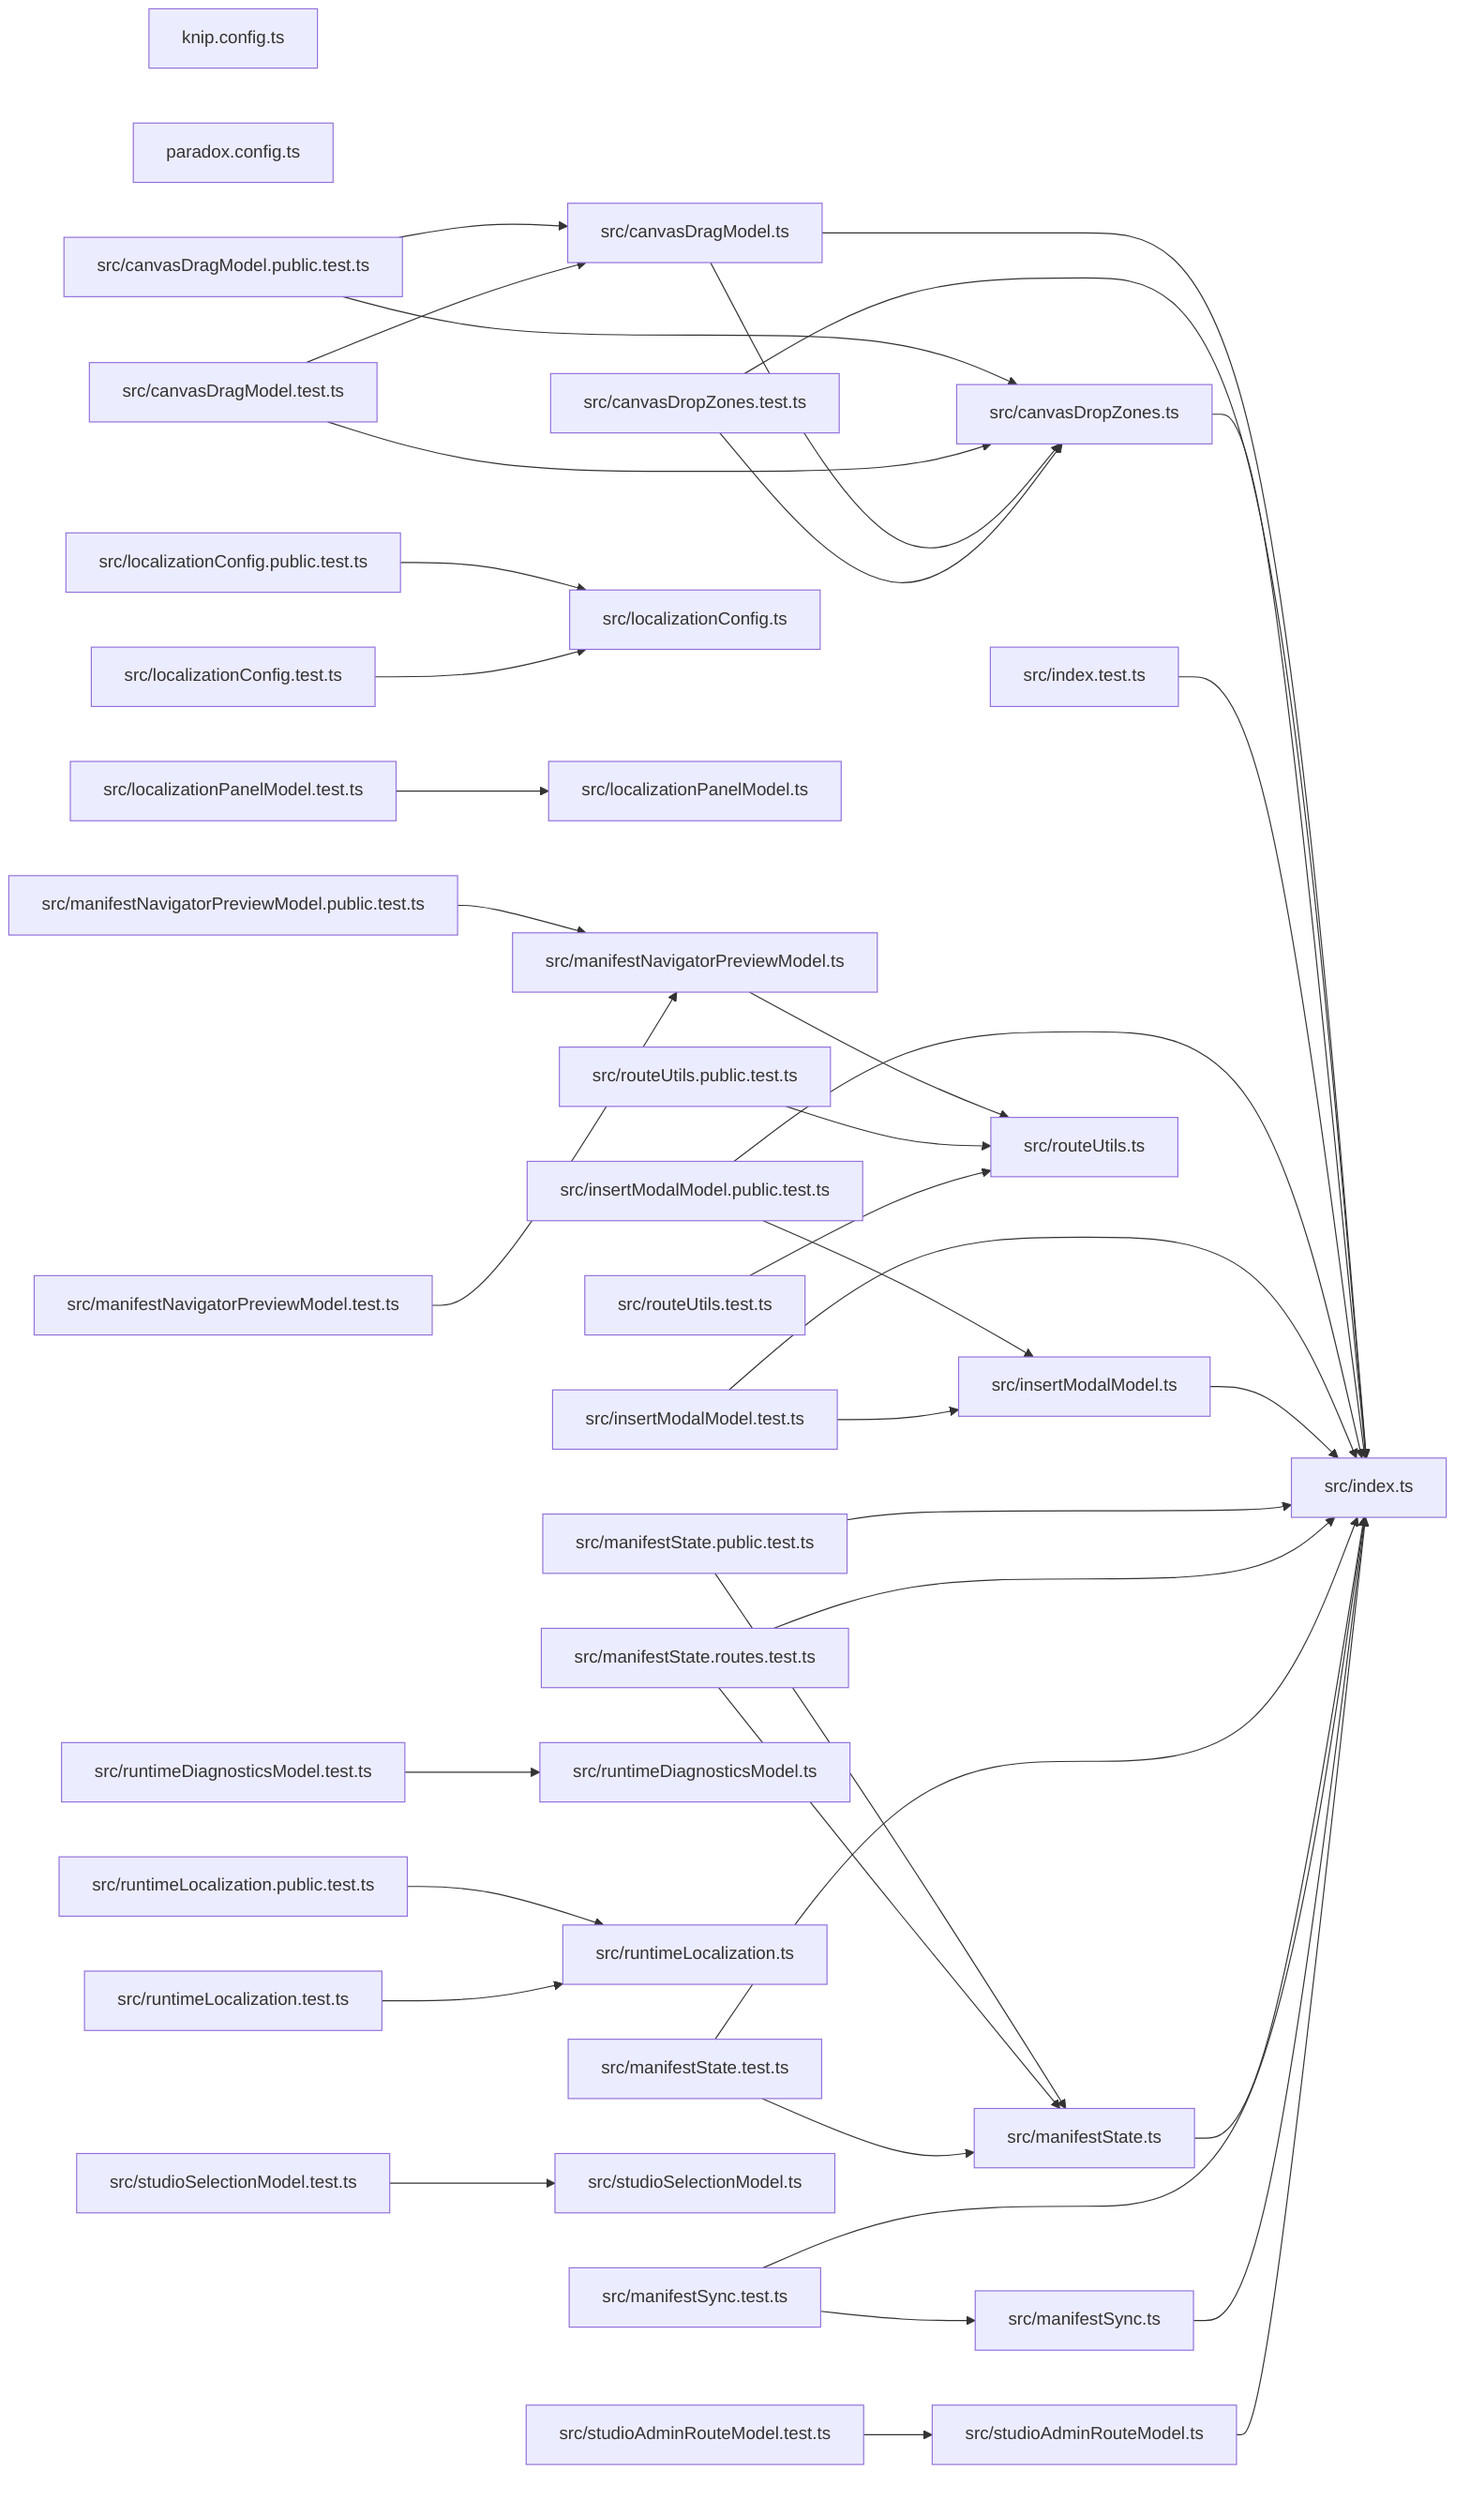
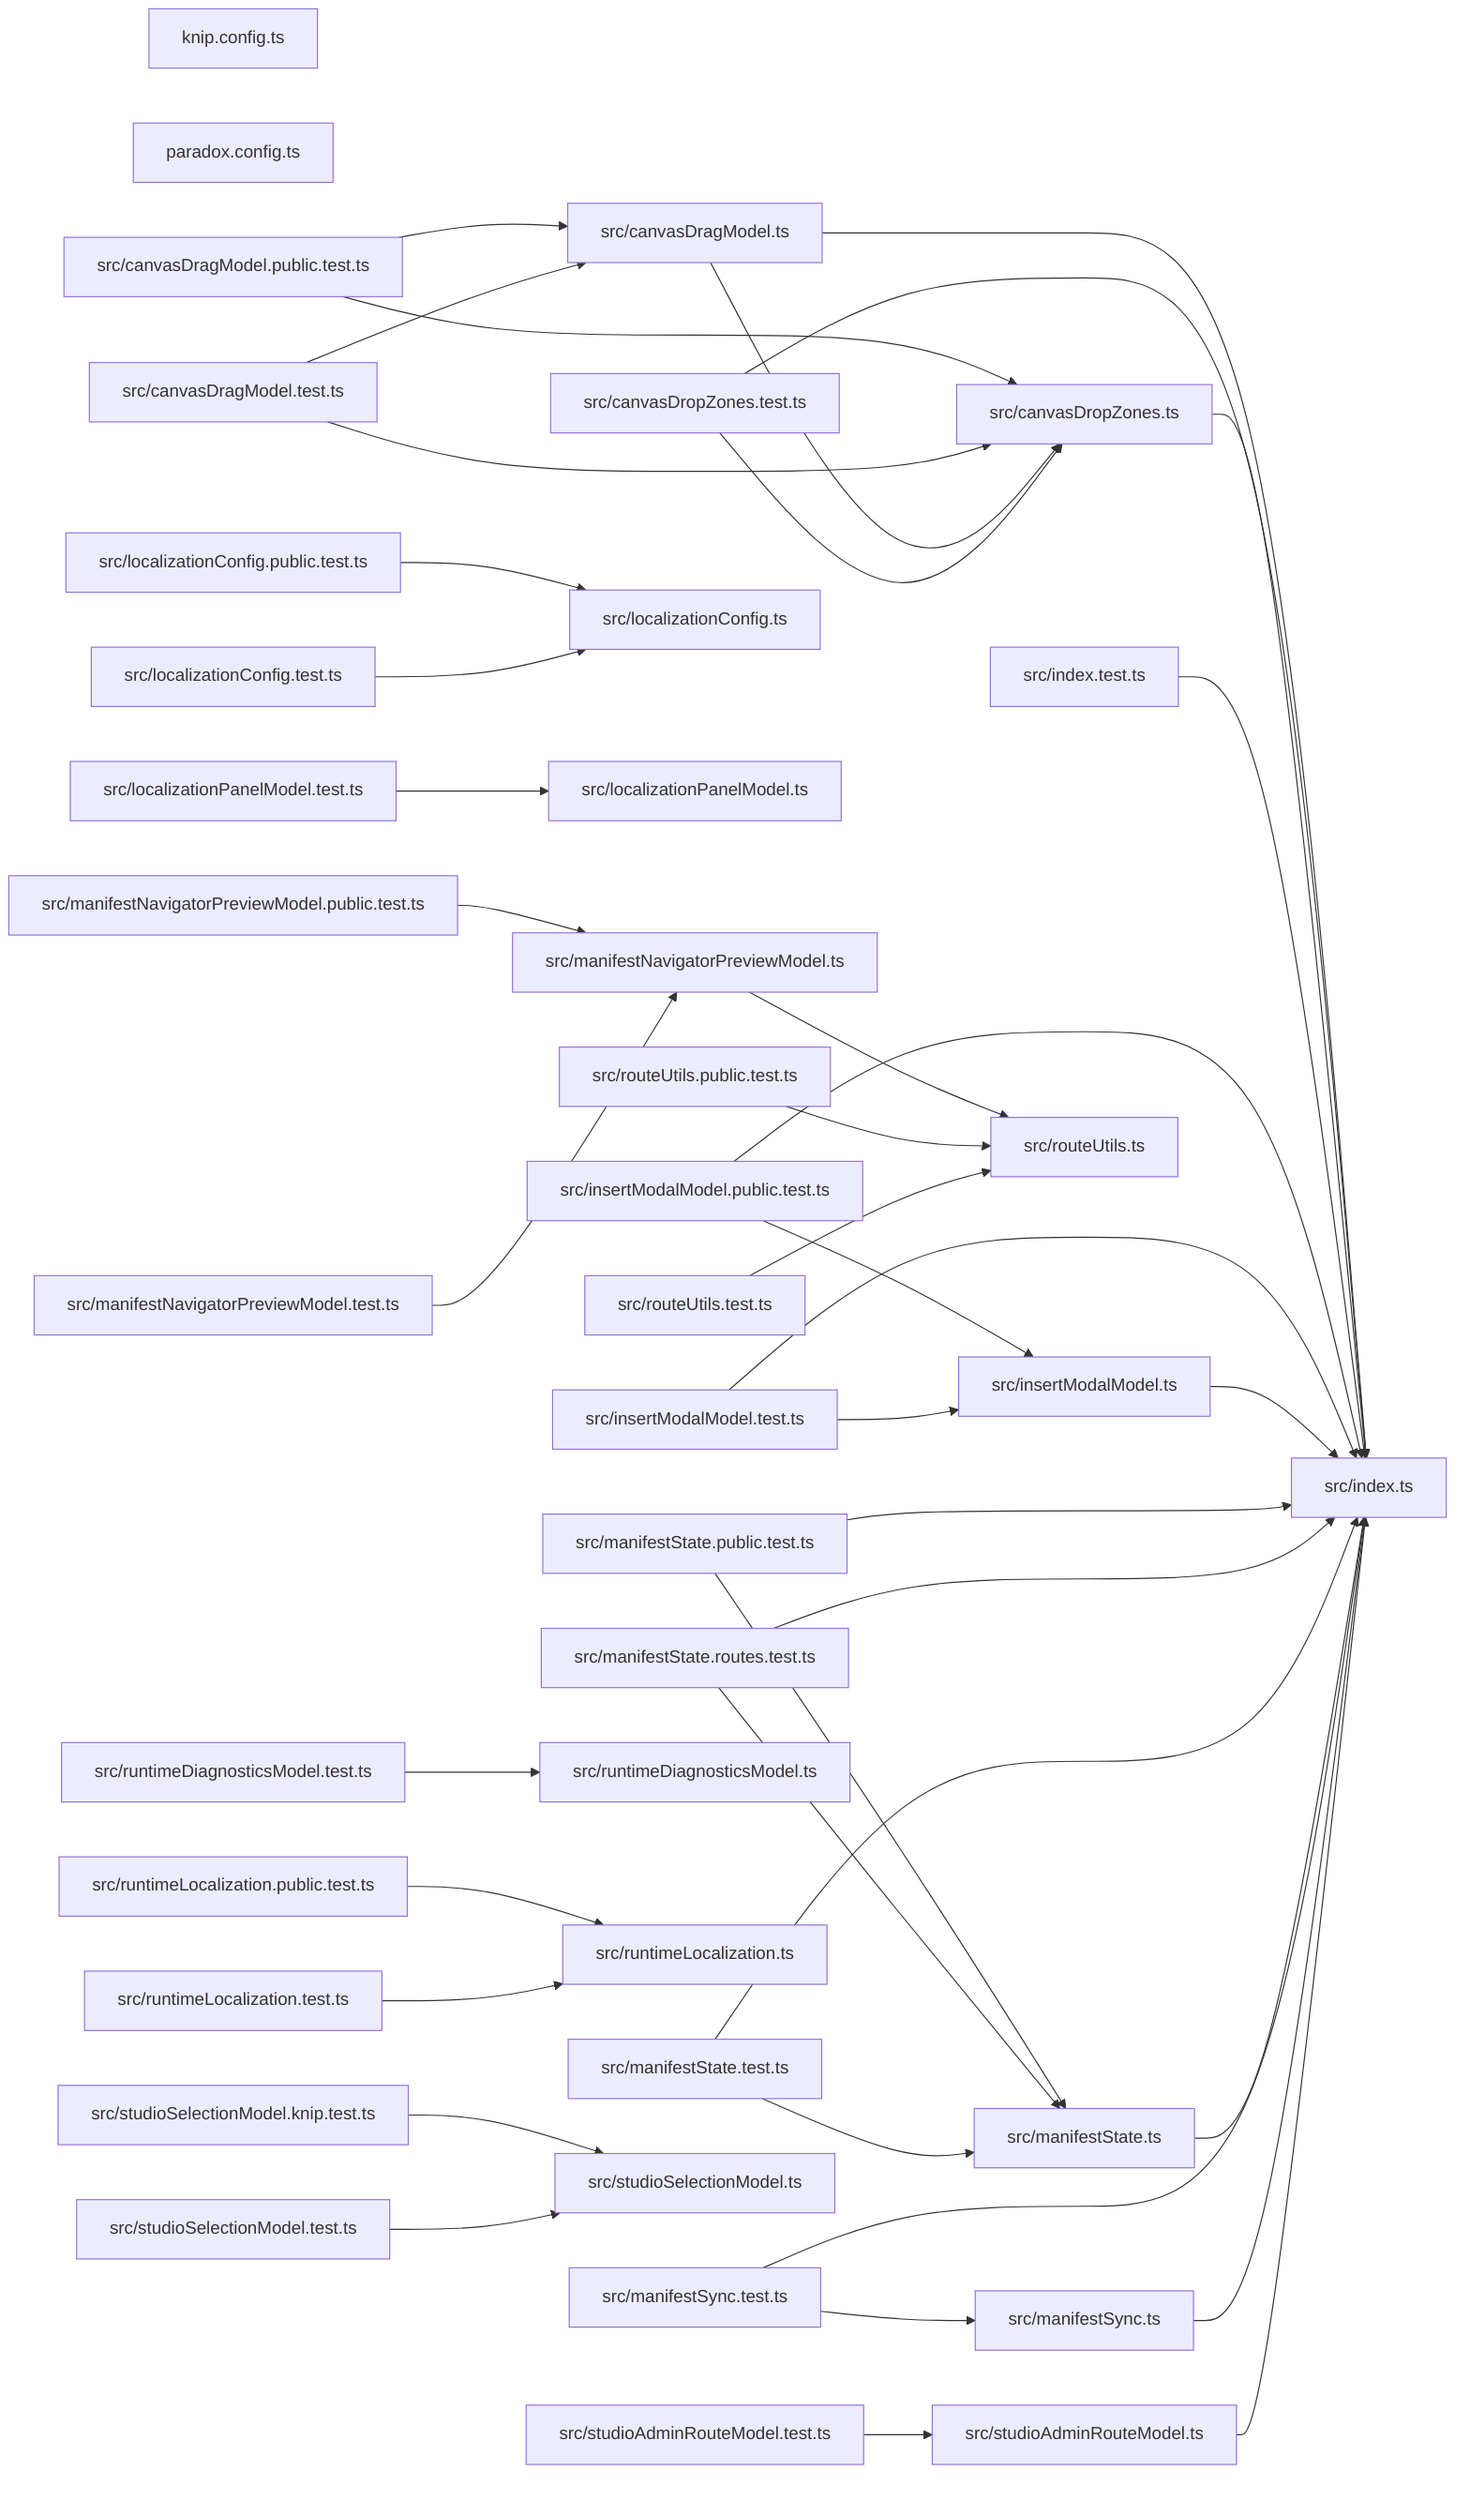
graph LR
  module_knip_config_ts["knip.config.ts"]
  module_paradox_config_ts["paradox.config.ts"]
  module_src_canvasDragModel_public_test_ts["src/canvasDragModel.public.test.ts"]
  module_src_canvasDragModel_test_ts["src/canvasDragModel.test.ts"]
  module_src_canvasDragModel_ts["src/canvasDragModel.ts"]
  module_src_canvasDropZones_test_ts["src/canvasDropZones.test.ts"]
  module_src_canvasDropZones_ts["src/canvasDropZones.ts"]
  module_src_index_test_ts["src/index.test.ts"]
  module_src_index_ts["src/index.ts"]
  module_src_insertModalModel_public_test_ts["src/insertModalModel.public.test.ts"]
  module_src_insertModalModel_test_ts["src/insertModalModel.test.ts"]
  module_src_insertModalModel_ts["src/insertModalModel.ts"]
  module_src_localizationConfig_public_test_ts["src/localizationConfig.public.test.ts"]
  module_src_localizationConfig_test_ts["src/localizationConfig.test.ts"]
  module_src_localizationConfig_ts["src/localizationConfig.ts"]
  module_src_localizationPanelModel_test_ts["src/localizationPanelModel.test.ts"]
  module_src_localizationPanelModel_ts["src/localizationPanelModel.ts"]
  module_src_manifestNavigatorPreviewModel_public_test_ts["src/manifestNavigatorPreviewModel.public.test.ts"]
  module_src_manifestNavigatorPreviewModel_test_ts["src/manifestNavigatorPreviewModel.test.ts"]
  module_src_manifestNavigatorPreviewModel_ts["src/manifestNavigatorPreviewModel.ts"]
  module_src_manifestState_public_test_ts["src/manifestState.public.test.ts"]
  module_src_manifestState_routes_test_ts["src/manifestState.routes.test.ts"]
  module_src_manifestState_test_ts["src/manifestState.test.ts"]
  module_src_manifestState_ts["src/manifestState.ts"]
  module_src_manifestSync_test_ts["src/manifestSync.test.ts"]
  module_src_manifestSync_ts["src/manifestSync.ts"]
  module_src_routeUtils_public_test_ts["src/routeUtils.public.test.ts"]
  module_src_routeUtils_test_ts["src/routeUtils.test.ts"]
  module_src_routeUtils_ts["src/routeUtils.ts"]
  module_src_runtimeDiagnosticsModel_test_ts["src/runtimeDiagnosticsModel.test.ts"]
  module_src_runtimeDiagnosticsModel_ts["src/runtimeDiagnosticsModel.ts"]
  module_src_runtimeLocalization_public_test_ts["src/runtimeLocalization.public.test.ts"]
  module_src_runtimeLocalization_test_ts["src/runtimeLocalization.test.ts"]
  module_src_runtimeLocalization_ts["src/runtimeLocalization.ts"]
  module_src_studioAdminRouteModel_test_ts["src/studioAdminRouteModel.test.ts"]
  module_src_studioAdminRouteModel_ts["src/studioAdminRouteModel.ts"]
+   module_src_studioSelectionModel_knip_test_ts["src/studioSelectionModel.knip.test.ts"]
  module_src_studioSelectionModel_test_ts["src/studioSelectionModel.test.ts"]
  module_src_studioSelectionModel_ts["src/studioSelectionModel.ts"]
  module_src_canvasDragModel_public_test_ts --> module_src_canvasDragModel_ts
  module_src_canvasDragModel_public_test_ts --> module_src_canvasDropZones_ts
  module_src_canvasDragModel_test_ts --> module_src_canvasDragModel_ts
  module_src_canvasDragModel_test_ts --> module_src_canvasDropZones_ts
  module_src_canvasDragModel_ts --> module_src_canvasDropZones_ts
  module_src_canvasDragModel_ts --> module_src_index_ts
  module_src_canvasDropZones_test_ts --> module_src_canvasDropZones_ts
  module_src_canvasDropZones_test_ts --> module_src_index_ts
  module_src_canvasDropZones_ts --> module_src_index_ts
  module_src_index_test_ts --> module_src_index_ts
  module_src_insertModalModel_public_test_ts --> module_src_index_ts
  module_src_insertModalModel_public_test_ts --> module_src_insertModalModel_ts
  module_src_insertModalModel_test_ts --> module_src_index_ts
  module_src_insertModalModel_test_ts --> module_src_insertModalModel_ts
  module_src_insertModalModel_ts --> module_src_index_ts
  module_src_localizationConfig_public_test_ts --> module_src_localizationConfig_ts
  module_src_localizationConfig_test_ts --> module_src_localizationConfig_ts
  module_src_localizationPanelModel_test_ts --> module_src_localizationPanelModel_ts
  module_src_manifestNavigatorPreviewModel_public_test_ts --> module_src_manifestNavigatorPreviewModel_ts
  module_src_manifestNavigatorPreviewModel_test_ts --> module_src_manifestNavigatorPreviewModel_ts
  module_src_manifestNavigatorPreviewModel_ts --> module_src_routeUtils_ts
  module_src_manifestState_public_test_ts --> module_src_index_ts
  module_src_manifestState_public_test_ts --> module_src_manifestState_ts
  module_src_manifestState_routes_test_ts --> module_src_index_ts
  module_src_manifestState_routes_test_ts --> module_src_manifestState_ts
  module_src_manifestState_test_ts --> module_src_index_ts
  module_src_manifestState_test_ts --> module_src_manifestState_ts
  module_src_manifestState_ts --> module_src_index_ts
  module_src_manifestSync_test_ts --> module_src_index_ts
  module_src_manifestSync_test_ts --> module_src_manifestSync_ts
  module_src_manifestSync_ts --> module_src_index_ts
  module_src_routeUtils_public_test_ts --> module_src_routeUtils_ts
  module_src_routeUtils_test_ts --> module_src_routeUtils_ts
  module_src_runtimeDiagnosticsModel_test_ts --> module_src_runtimeDiagnosticsModel_ts
  module_src_runtimeLocalization_public_test_ts --> module_src_runtimeLocalization_ts
  module_src_runtimeLocalization_test_ts --> module_src_runtimeLocalization_ts
  module_src_studioAdminRouteModel_test_ts --> module_src_studioAdminRouteModel_ts
  module_src_studioAdminRouteModel_ts --> module_src_index_ts
+   module_src_studioSelectionModel_knip_test_ts --> module_src_studioSelectionModel_ts
  module_src_studioSelectionModel_test_ts --> module_src_studioSelectionModel_ts
